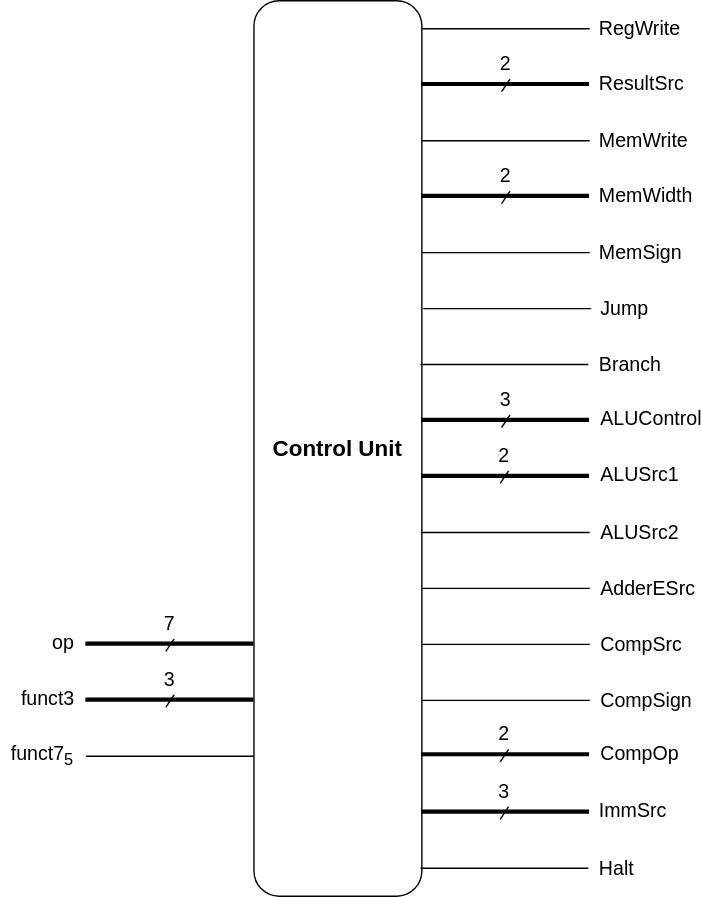
Above: .github/pipelined_control_unit.svg in niumuzhi2004/risc-v-uvc (draw.io), before the change. Source tidied: cells renumbered, new cells last; positions are measured from the earlier drawing's top-left corner, leaving out a move shared by most shapes.
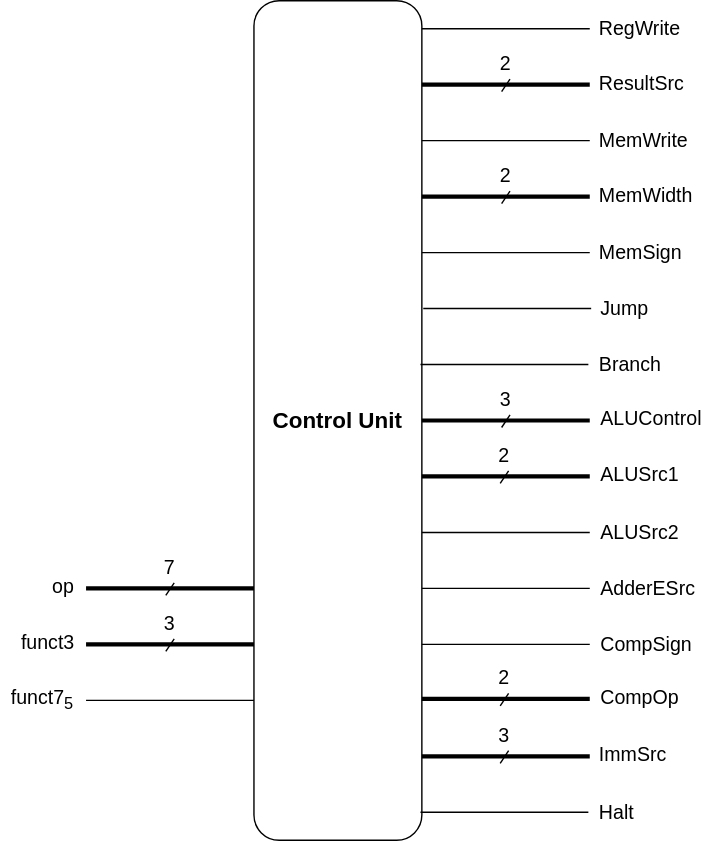
The same diagram one commit later.

Commit message:
removed redundant signal (CompSrc)

What changed in the source:
```diff
@@ -3,10 +3,10 @@
     <mxCell id="0" />
     <mxCell id="1" parent="0" />
     <mxCell id="2" value="&lt;font style=&quot;font-size: 16px;&quot;&gt;&lt;b&gt;Control Unit&lt;/b&gt;&lt;/font&gt;" style="rounded=1;whiteSpace=wrap;html=1;" parent="1" vertex="1">
-      <mxGeometry x="181" width="120" height="640" as="geometry" />
+      <mxGeometry x="181" width="120" height="600" as="geometry" />
     </mxCell>
     <mxCell id="3" style="group;" parent="1" vertex="1">
-      <mxGeometry x="11" y="430" width="140" height="44" as="geometry" />
+      <mxGeometry x="11" y="390" width="140" height="44" as="geometry" />
     </mxCell>
     <mxCell id="4" style="endArrow=none;html=1;rounded=0;strokeWidth=3;" parent="3" edge="1">
       <mxGeometry relative="1" as="geometry">
@@ -27,7 +27,7 @@
       </mxGeometry>
     </mxCell>
     <mxCell id="8" style="group;" parent="1" vertex="1">
-      <mxGeometry x="11" y="470" width="140" height="44" as="geometry" />
+      <mxGeometry x="11" y="430" width="140" height="44" as="geometry" />
     </mxCell>
     <mxCell id="9" style="endArrow=none;html=1;rounded=0;strokeWidth=3;" parent="8" edge="1">
       <mxGeometry relative="1" as="geometry">
@@ -48,7 +48,7 @@
       </mxGeometry>
     </mxCell>
     <mxCell id="13" style="group;" parent="1" vertex="1">
-      <mxGeometry x="11" y="510" width="140" height="44" as="geometry" />
+      <mxGeometry x="11" y="470" width="140" height="44" as="geometry" />
     </mxCell>
     <mxCell id="14" style="endArrow=none;html=1;rounded=0;strokeWidth=1;" parent="13" edge="1">
       <mxGeometry relative="1" as="geometry">
@@ -162,10 +162,10 @@
       <mxGeometry width="60" height="30" as="geometry" />
     </mxCell>
     <mxCell id="41" value="&lt;font&gt;ImmSrc&lt;/font&gt;" style="text;html=1;whiteSpace=wrap;strokeColor=none;fillColor=none;align=left;verticalAlign=middle;rounded=0;fontSize=14;" parent="1" vertex="1">
-      <mxGeometry x="426" y="564" width="60" height="30" as="geometry" />
+      <mxGeometry x="426" y="524" width="60" height="30" as="geometry" />
     </mxCell>
     <mxCell id="42" style="group;" parent="1" vertex="1">
-      <mxGeometry x="330" y="550" width="60" height="30" as="geometry" />
+      <mxGeometry x="330" y="510" width="60" height="30" as="geometry" />
     </mxCell>
     <mxCell id="43" style="endArrow=none;html=1;rounded=0;strokeWidth=3;" parent="42" edge="1">
       <mxGeometry relative="1" as="geometry">
@@ -240,7 +240,7 @@
       <mxGeometry width="60" height="30" as="geometry" />
     </mxCell>
     <mxCell id="59" style="group;align=left;" parent="1" vertex="1">
-      <mxGeometry x="426" y="605" width="60" height="30" as="geometry" />
+      <mxGeometry x="426" y="565" width="60" height="30" as="geometry" />
     </mxCell>
     <mxCell id="60" style="endArrow=none;html=1;rounded=0;strokeWidth=1;" parent="59" edge="1">
       <mxGeometry relative="1" as="geometry">
@@ -251,20 +251,8 @@
     <mxCell id="61" value="Halt" style="text;html=1;whiteSpace=wrap;strokeColor=none;fillColor=none;align=left;verticalAlign=middle;rounded=0;fontSize=14;" parent="59" vertex="1">
       <mxGeometry width="60" height="30" as="geometry" />
     </mxCell>
-    <mxCell id="62" style="group;align=left;" parent="1" vertex="1">
-      <mxGeometry x="427" y="445" width="60" height="30" as="geometry" />
-    </mxCell>
-    <mxCell id="63" style="endArrow=none;html=1;rounded=0;strokeWidth=1;" parent="62" edge="1">
-      <mxGeometry relative="1" as="geometry">
-        <mxPoint x="-126" y="15" as="sourcePoint" />
-        <mxPoint x="-6" y="15" as="targetPoint" />
-      </mxGeometry>
-    </mxCell>
-    <mxCell id="64" value="CompSrc" style="text;html=1;whiteSpace=wrap;strokeColor=none;fillColor=none;align=left;verticalAlign=middle;rounded=0;fontSize=14;" parent="62" vertex="1">
-      <mxGeometry width="60" height="30" as="geometry" />
-    </mxCell>
     <mxCell id="65" style="group;align=left;" parent="1" vertex="1">
-      <mxGeometry x="427" y="485" width="60" height="30" as="geometry" />
+      <mxGeometry x="427" y="445" width="60" height="30" as="geometry" />
     </mxCell>
     <mxCell id="66" style="endArrow=none;html=1;rounded=0;strokeWidth=1;" parent="65" edge="1">
       <mxGeometry relative="1" as="geometry">
@@ -276,21 +264,21 @@
       <mxGeometry width="60" height="30" as="geometry" />
     </mxCell>
     <mxCell id="68" value="&lt;font&gt;CompOp&lt;/font&gt;" style="text;html=1;whiteSpace=wrap;strokeColor=none;fillColor=none;align=left;verticalAlign=middle;rounded=0;fontSize=14;" parent="1" vertex="1">
-      <mxGeometry x="427" y="523" width="60" height="30" as="geometry" />
+      <mxGeometry x="427" y="483" width="60" height="30" as="geometry" />
     </mxCell>
     <mxCell id="69" style="endArrow=none;html=1;rounded=0;strokeWidth=3;" parent="1" edge="1">
       <mxGeometry relative="1" as="geometry">
-        <mxPoint x="301" y="539" as="sourcePoint" />
-        <mxPoint x="421" y="539" as="targetPoint" />
+        <mxPoint x="301" y="499" as="sourcePoint" />
+        <mxPoint x="421" y="499" as="targetPoint" />
       </mxGeometry>
     </mxCell>
     <mxCell id="70" value="&lt;font style=&quot;font-size: 14px;&quot;&gt;2&lt;/font&gt;" style="text;html=1;whiteSpace=wrap;strokeColor=none;fillColor=none;align=center;verticalAlign=middle;rounded=0;" parent="1" vertex="1">
-      <mxGeometry x="330" y="509" width="60" height="30" as="geometry" />
+      <mxGeometry x="330" y="469" width="60" height="30" as="geometry" />
     </mxCell>
     <mxCell id="71" style="endArrow=none;html=1;rounded=0;strokeWidth=1;" parent="1" edge="1">
       <mxGeometry relative="1" as="geometry">
-        <mxPoint x="357" y="544" as="sourcePoint" />
-        <mxPoint x="363" y="535" as="targetPoint" />
+        <mxPoint x="357" y="504" as="sourcePoint" />
+        <mxPoint x="363" y="495" as="targetPoint" />
       </mxGeometry>
     </mxCell>
   </root>
```
